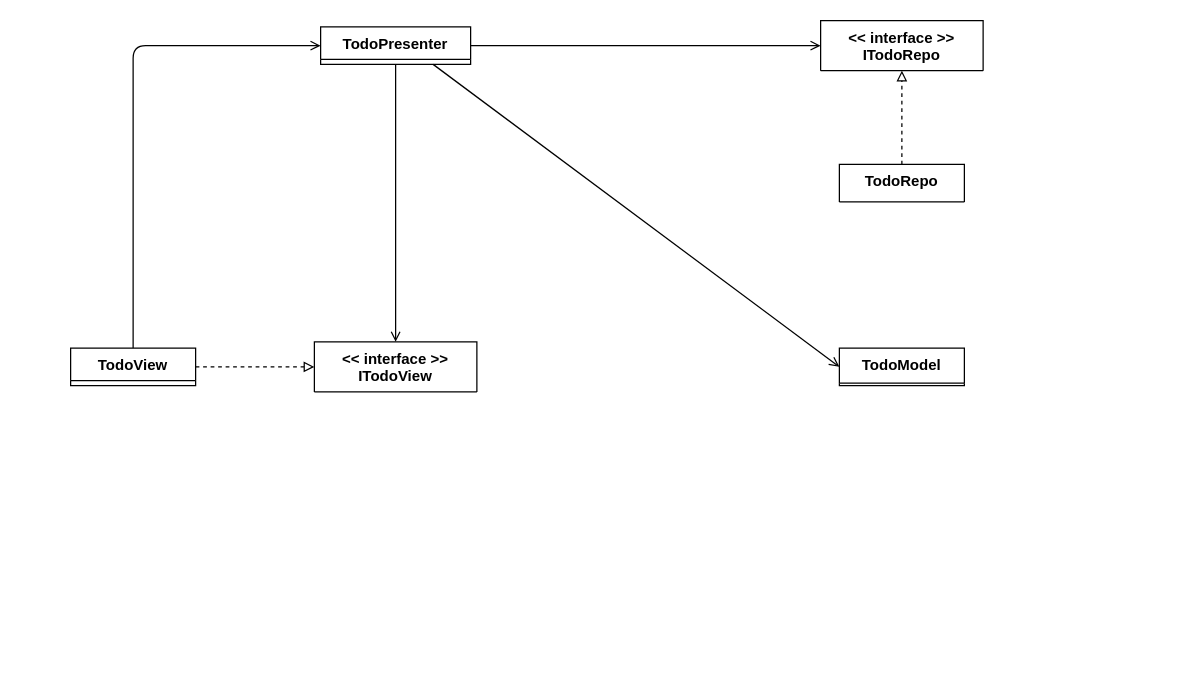
The draw.io diagram page "MVP_ClassDiagram" (2 of 4) of usecase.dio in rickiedev/viper-vue, before the edit. Source tidied: cells renumbered, new cells numbered last; positions are measured from the earlier drawing's top-left corner, leaving out a move shared by most shapes. Both pictures are drawn from the tidied source at 125%, with x=0, y=0 at pixel (70, 20).
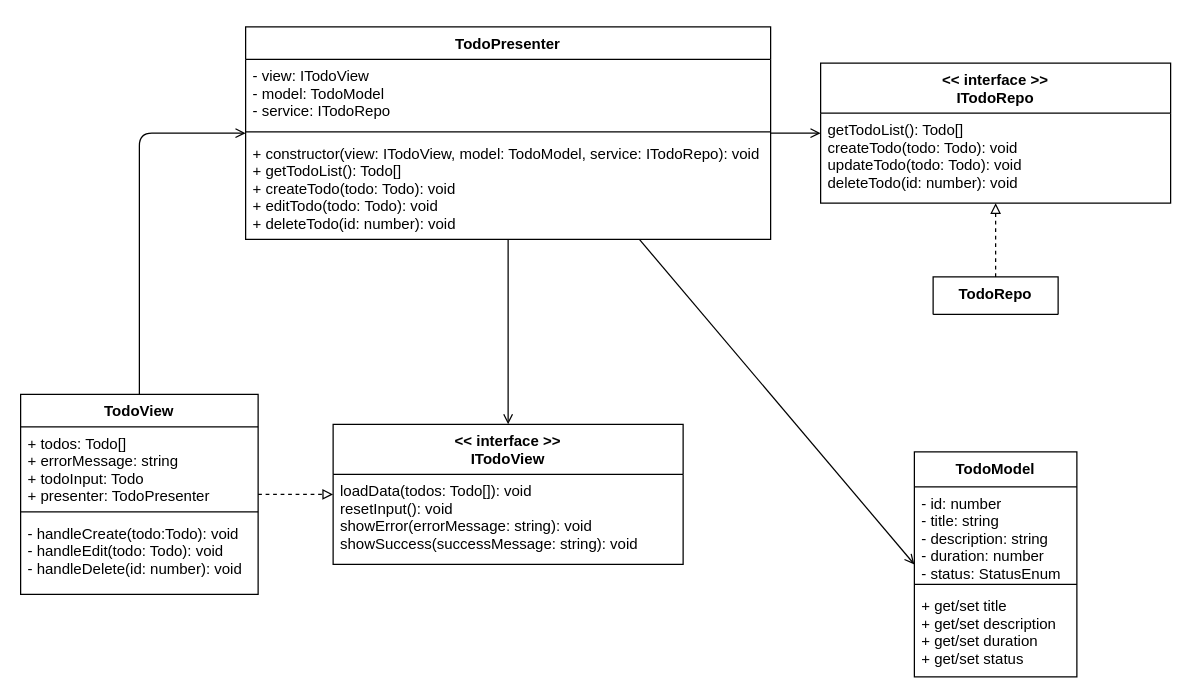
After the change.

The edit, as a diff of the source:
```diff
@@
-    <mxCell id="2" value="TodoModel" style="swimlane;fontStyle=1;align=center;verticalAlign=top;horizontal=1;startSize=28;" parent="1" vertex="1" collapsed="1">
-      <mxGeometry x="615" y="262" width="100" height="30" as="geometry" />
+    <mxCell id="2" value="TodoModel" style="swimlane;fontStyle=1;align=center;verticalAlign=top;horizontal=1;startSize=28;" parent="1" vertex="1">
+      <mxGeometry x="675" y="345" width="130" height="180" as="geometry" />
     </mxCell>
+    <mxCell id="14" value="- id: number&#10;- title: string&#10;- description: string&#10;- duration: number&#10;- status: StatusEnum" style="text;strokeColor=none;fillColor=none;align=left;verticalAlign=top;spacingLeft=4;spacingRight=4;overflow=hidden;" parent="2" vertex="1">
+      <mxGeometry y="28" width="130" height="74" as="geometry" />
+    </mxCell>
+    <mxCell id="15" style="line;strokeWidth=1;fillColor=none;align=left;verticalAlign=middle;spacingTop=-1;spacingLeft=3;spacingRight=3;labelPosition=right;strokeColor=inherit;" parent="2" vertex="1">
+      <mxGeometry y="102" width="130" height="8" as="geometry" />
+    </mxCell>
+    <mxCell id="16" value="+ get/set title&#10;+ get/set description&#10;+ get/set duration&#10;+ get/set status" style="text;strokeColor=none;fillColor=none;align=left;verticalAlign=top;spacingLeft=4;spacingRight=4;overflow=hidden;" parent="2" vertex="1">
+      <mxGeometry y="110" width="130" height="70" as="geometry" />
+    </mxCell>
@@
-    <mxCell id="6" value="TodoPresenter" style="swimlane;fontStyle=1;align=center;verticalAlign=top;horizontal=1;startSize=26;" parent="1" vertex="1" collapsed="1">
-      <mxGeometry x="200" y="5" width="120" height="30" as="geometry" />
+    <mxCell id="6" value="TodoPresenter" style="swimlane;fontStyle=1;align=center;verticalAlign=top;horizontal=1;startSize=26;" parent="1" vertex="1">
+      <mxGeometry x="140" y="5" width="420" height="170" as="geometry" />
     </mxCell>
+    <mxCell id="17" value="- view: ITodoView&#10;- model: TodoModel&#10;- service: ITodoRepo" style="text;strokeColor=none;fillColor=none;align=left;verticalAlign=top;spacingLeft=4;spacingRight=4;overflow=hidden;" parent="6" vertex="1">
+      <mxGeometry y="26" width="420" height="54" as="geometry" />
+    </mxCell>
+    <mxCell id="18" style="line;strokeWidth=1;fillColor=none;align=left;verticalAlign=middle;spacingTop=-1;spacingLeft=3;spacingRight=3;labelPosition=right;strokeColor=inherit;" parent="6" vertex="1">
+      <mxGeometry y="80" width="420" height="8" as="geometry" />
+    </mxCell>
+    <mxCell id="19" value="+ constructor(view: ITodoView, model: TodoModel, service: ITodoRepo): void&#10;+ getTodoList(): Todo[]&#10;+ createTodo(todo: Todo): void&#10;+ editTodo(todo: Todo): void&#10;+ deleteTodo(id: number): void" style="text;strokeColor=none;fillColor=none;align=left;verticalAlign=top;spacingLeft=4;spacingRight=4;overflow=hidden;" parent="6" vertex="1">
+      <mxGeometry y="88" width="420" height="82" as="geometry" />
+    </mxCell>
@@
-    <mxCell id="9" value="TodoView" style="swimlane;fontStyle=1;align=center;verticalAlign=top;horizontal=1;startSize=26;" parent="1" vertex="1" collapsed="1">
-      <mxGeometry y="262" width="100" height="30" as="geometry" />
+    <mxCell id="9" value="TodoView" style="swimlane;fontStyle=1;align=center;verticalAlign=top;horizontal=1;startSize=26;" parent="1" vertex="1">
+      <mxGeometry x="-40" y="299" width="190" height="160" as="geometry" />
     </mxCell>
+    <mxCell id="20" value="+ todos: Todo[]&#10;+ errorMessage: string&#10;+ todoInput: Todo&#10;+ presenter: TodoPresenter" style="text;strokeColor=none;fillColor=none;align=left;verticalAlign=top;spacingLeft=4;spacingRight=4;overflow=hidden;" parent="9" vertex="1">
+      <mxGeometry y="26" width="190" height="64" as="geometry" />
+    </mxCell>
+    <mxCell id="21" style="line;strokeWidth=1;fillColor=none;align=left;verticalAlign=middle;spacingTop=-1;spacingLeft=3;spacingRight=3;labelPosition=right;strokeColor=inherit;" parent="9" vertex="1">
+      <mxGeometry y="90" width="190" height="8" as="geometry" />
+    </mxCell>
+    <mxCell id="22" value="- handleCreate(todo:Todo): void&#10;- handleEdit(todo: Todo): void&#10;- handleDelete(id: number): void" style="text;strokeColor=none;fillColor=none;align=left;verticalAlign=top;spacingLeft=4;spacingRight=4;overflow=hidden;" parent="9" vertex="1">
+      <mxGeometry y="98" width="190" height="62" as="geometry" />
+    </mxCell>
-    <mxCell id="10" value="&lt;&lt; interface &gt;&gt;&#10;ITodoView" style="swimlane;fontStyle=1;align=center;verticalAlign=top;horizontal=1;startSize=40;" parent="1" vertex="1" collapsed="1">
-      <mxGeometry x="195" y="257" width="130" height="40" as="geometry" />
+    <mxCell id="10" value="&lt;&lt; interface &gt;&gt;&#10;ITodoView" style="swimlane;fontStyle=1;align=center;verticalAlign=top;horizontal=1;startSize=40;" parent="1" vertex="1">
+      <mxGeometry x="210" y="323" width="280" height="112" as="geometry" />
     </mxCell>
+    <mxCell id="23" value="loadData(todos: Todo[]): void&#10;resetInput(): void&#10;showError(errorMessage: string): void&#10;showSuccess(successMessage: string): void" style="text;strokeColor=none;fillColor=none;align=left;verticalAlign=top;spacingLeft=4;spacingRight=4;overflow=hidden;" parent="10" vertex="1">
+      <mxGeometry y="40" width="280" height="72" as="geometry" />
+    </mxCell>
-    <mxCell id="11" value="&lt;&lt; interface &gt;&gt;&#10;ITodoRepo" style="swimlane;fontStyle=1;align=center;verticalAlign=top;horizontal=1;startSize=40;" parent="1" vertex="1" collapsed="1">
-      <mxGeometry x="600" width="130" height="40" as="geometry" />
+    <mxCell id="11" value="&lt;&lt; interface &gt;&gt;&#10;ITodoRepo" style="swimlane;fontStyle=1;align=center;verticalAlign=top;horizontal=1;startSize=40;" parent="1" vertex="1">
+      <mxGeometry x="600" y="34" width="280" height="112" as="geometry" />
     </mxCell>
+    <mxCell id="24" value="getTodoList(): Todo[]&#10;createTodo(todo: Todo): void&#10;updateTodo(todo: Todo): void&#10;deleteTodo(id: number): void" style="text;strokeColor=none;fillColor=none;align=left;verticalAlign=top;spacingLeft=4;spacingRight=4;overflow=hidden;" parent="11" vertex="1">
+      <mxGeometry y="40" width="280" height="72" as="geometry" />
+    </mxCell>
@@
     <mxCell id="13" value="TodoRepo" style="swimlane;fontStyle=1;align=center;verticalAlign=top;horizontal=1;startSize=30;" parent="1" vertex="1" collapsed="1">
-      <mxGeometry x="615" y="115" width="100" height="30" as="geometry" />
+      <mxGeometry x="690" y="205" width="100" height="30" as="geometry" />
     </mxCell>
```
